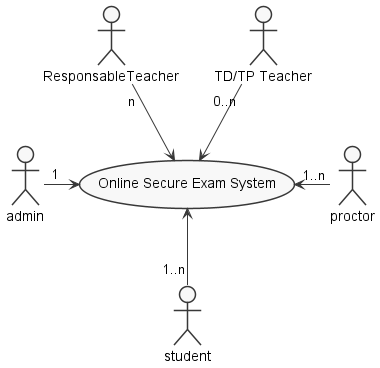
The PlantUML diagram Chapters/images/SCD.png in OnlineSecureExamSystem/oses-essays-memos, before a commit.
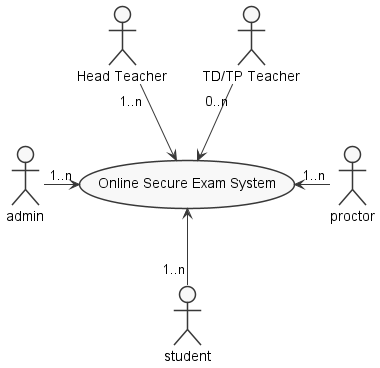
The same file after the commit.

The edit, as a diff of the source:
```diff
@@ -3,7 +3,7 @@
 skinparam style strictuml
 
 
-actor ResponsableTeacher as RespTeacher
+actor "Head Teacher" as RespTeacher
 actor "TD/TP Teacher" as tdtpTeacher
 actor student as student
 actor admin as admin
@@ -11,10 +11,10 @@
 
 usecase "Online Secure Exam System" as OSES
 
-RespTeacher"n" --> OSES
+RespTeacher"1..n" --> OSES
 tdtpTeacher"0..n" --> OSES
 student"1..n" -u-> OSES
-admin"1" -r-> OSES
+admin"1..n" -r-> OSES
 proctor"1..n" -l-> OSES
 
 @enduml
```
